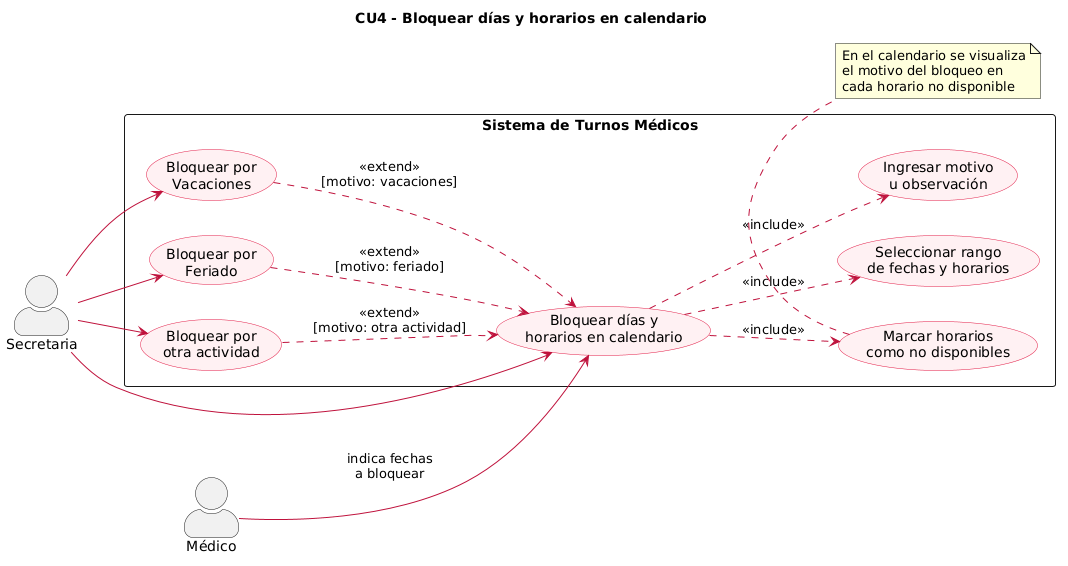
angelgc9107-lgtm/SistemaTurnosMedicos_GP6 keeps this PlantUML diagram as diagramas/02-casos-de-uso/02-caso-uso-bloquear-horarios-04.png. Above is the earlier version. The source it was exported from:
```plantuml
@startuml
left to right direction
skinparam actorStyle awesome
skinparam packageStyle rectangle
skinparam usecase {
    BackgroundColor #FFF1F2
    BorderColor #E11D48
    ArrowColor #BE123C
}

title CU4 - Bloquear días y horarios en calendario

actor "Secretaria" as SEC
actor "Médico" as MED

rectangle "Sistema de Turnos Médicos" {

    usecase "Bloquear días y\nhorarios en calendario" as CU4

    usecase "Seleccionar rango\nde fechas y horarios" as CU4_1
    usecase "Ingresar motivo\nu observación" as CU4_2
    usecase "Marcar horarios\ncomo no disponibles" as CU4_3

    usecase "Bloquear por\nVacaciones" as CU4_EXT1
    usecase "Bloquear por\nFeriado" as CU4_EXT2
    usecase "Bloquear por\notra actividad" as CU4_EXT3

    CU4 ..> CU4_1       : <<include>>
    CU4 ..> CU4_2       : <<include>>
    CU4 ..> CU4_3       : <<include>>

    CU4_EXT1 ..> CU4    : <<extend>>\n[motivo: vacaciones]
    CU4_EXT2 ..> CU4    : <<extend>>\n[motivo: feriado]
    CU4_EXT3 ..> CU4    : <<extend>>\n[motivo: otra actividad]

}

MED --> CU4 : indica fechas\na bloquear
SEC --> CU4
SEC --> CU4_EXT1
SEC --> CU4_EXT2
SEC --> CU4_EXT3

note bottom of CU4_3
  En el calendario se visualiza
  el motivo del bloqueo en
  cada horario no disponible
end note
@enduml
```
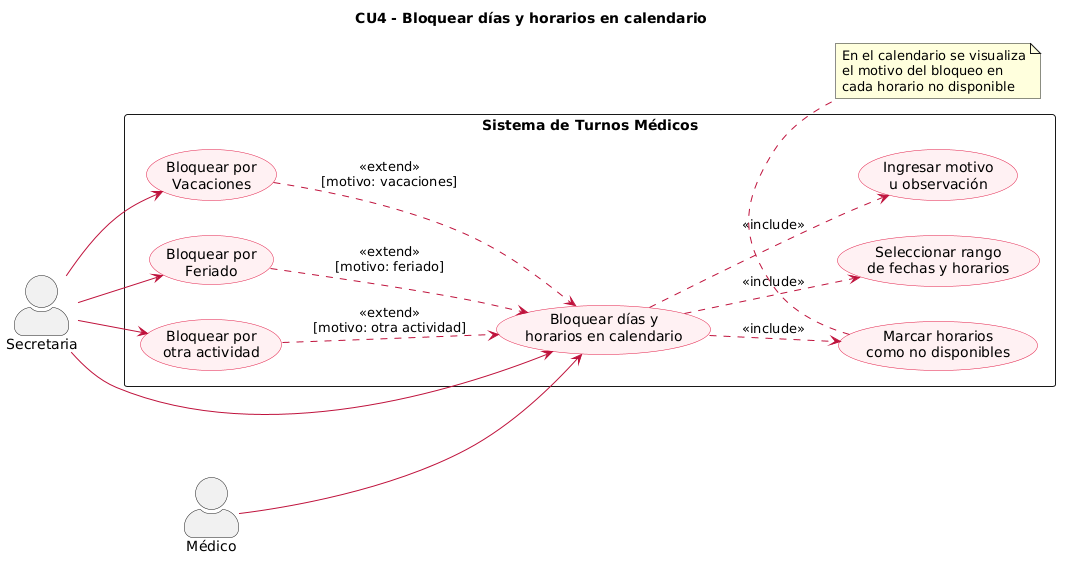
After the change.

Commit message:
Commit - corrección de archivo puml & jpg de diagramas de casos de uso

The edit, as a diff of the source:
```diff
@@ -35,7 +35,7 @@
 
 }
 
-MED --> CU4 : indica fechas\na bloquear
+MED --> CU4
 SEC --> CU4
 SEC --> CU4_EXT1
 SEC --> CU4_EXT2
```
